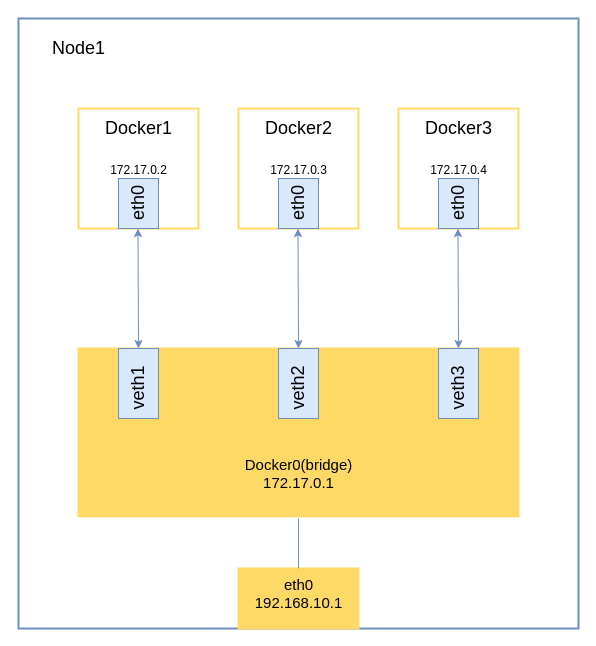
Earlier version of the draw.io diagram page "bridge_mode" (1 of 4) of frank-dc.drawio (frank-dc/drawpics). Source tidied: cells renumbered, new cells numbered last; positions are measured from the earlier drawing's top-left corner, leaving out a move shared by most shapes. Both pictures are drawn from the tidied source at 100%, with x=0, y=0 at pixel (18, 18).
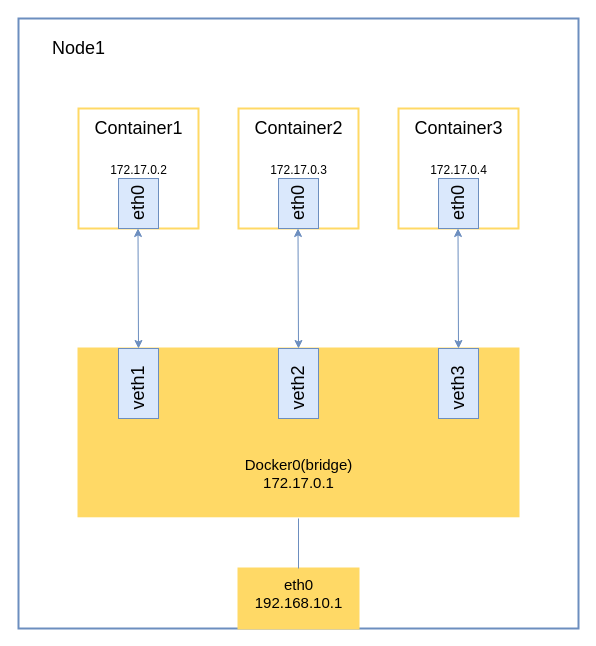
The same page after the edit.

Diff of the diagram source:
```diff
@@
-    <mxCell id="6" value="&lt;font style=&quot;font-size: 18px;&quot;&gt;Docker1&lt;/font&gt;" style="text;html=1;align=center;verticalAlign=middle;fillColor=none;strokeColor=none;rounded=0;" parent="1" vertex="1">
-      <mxGeometry x="75" y="90" width="90" height="40" as="geometry" />
+    <mxCell id="6" value="&lt;font style=&quot;font-size: 18px;&quot;&gt;Container1&lt;/font&gt;" style="text;html=1;align=center;verticalAlign=middle;fillColor=none;strokeColor=none;rounded=0;" parent="1" vertex="1">
+      <mxGeometry x="65" y="90" width="110" height="40" as="geometry" />
     </mxCell>
@@
-    <mxCell id="11" value="&lt;font style=&quot;font-size: 18px;&quot;&gt;Docker2&lt;/font&gt;" style="text;html=1;align=center;verticalAlign=middle;fillColor=none;strokeColor=none;rounded=0;" parent="1" vertex="1">
-      <mxGeometry x="235" y="90" width="90" height="40" as="geometry" />
+    <mxCell id="11" value="&lt;font style=&quot;font-size: 18px;&quot;&gt;Container2&lt;/font&gt;" style="text;html=1;align=center;verticalAlign=middle;fillColor=none;strokeColor=none;rounded=0;" parent="1" vertex="1">
+      <mxGeometry x="225" y="90" width="110" height="40" as="geometry" />
     </mxCell>
@@
-    <mxCell id="16" value="&lt;font style=&quot;font-size: 18px;&quot;&gt;Docker3&lt;/font&gt;" style="text;html=1;align=center;verticalAlign=middle;fillColor=none;strokeColor=none;rounded=0;" parent="1" vertex="1">
-      <mxGeometry x="395" y="90" width="90" height="40" as="geometry" />
+    <mxCell id="16" value="&lt;span style=&quot;font-size: 18px;&quot;&gt;Container3&lt;/span&gt;" style="text;html=1;align=center;verticalAlign=middle;fillColor=none;strokeColor=none;rounded=0;" parent="1" vertex="1">
+      <mxGeometry x="385" y="90" width="110" height="40" as="geometry" />
     </mxCell>
```
